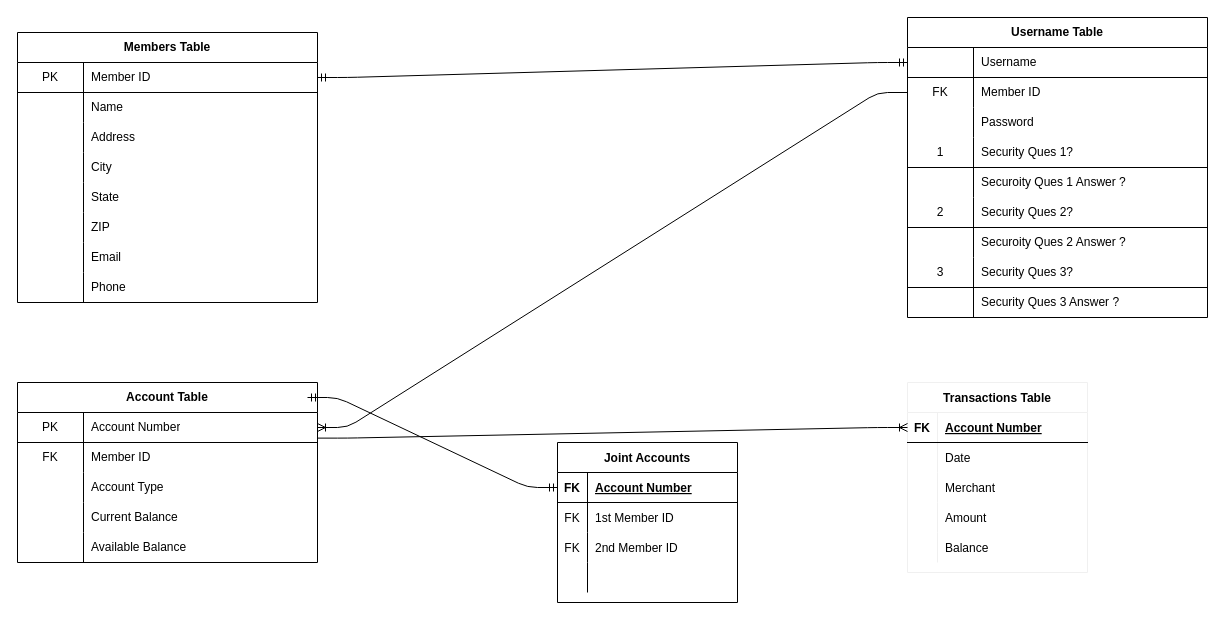
Earlier version of the draw.io diagram page "Database Templates" (6 of 6) of add't files/Backend.drawio (k5tuck/RedClover). Source tidied: cells renumbered, new cells numbered last; positions are measured from the earlier drawing's top-left corner, leaving out a move shared by most shapes. Both pictures are drawn from the tidied source at 100%, with x=0, y=0 at pixel (17, 17).
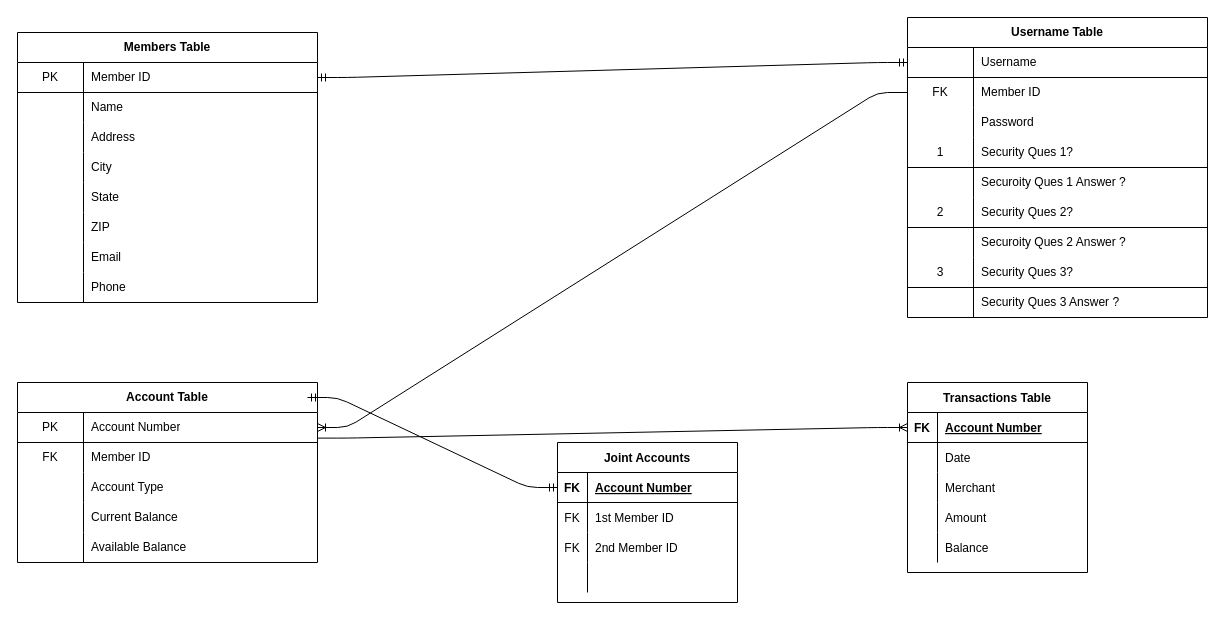
The same page after the edit.

The edit, as a diff of the source:
```diff
@@
-    <mxCell id="73" value="Transactions Table" style="shape=table;startSize=30;childLayout=tableLayout;rowLines=0;fontStyle=1;align=center;strokeColor=#f0f0f0;" parent="1" vertex="1">
+    <mxCell id="73" value="Transactions Table" style="shape=table;startSize=30;childLayout=tableLayout;rowLines=0;fontStyle=1;align=center;" parent="1" vertex="1">
       <mxGeometry x="890" y="365" width="180" height="190" as="geometry" />
     </mxCell>
```
